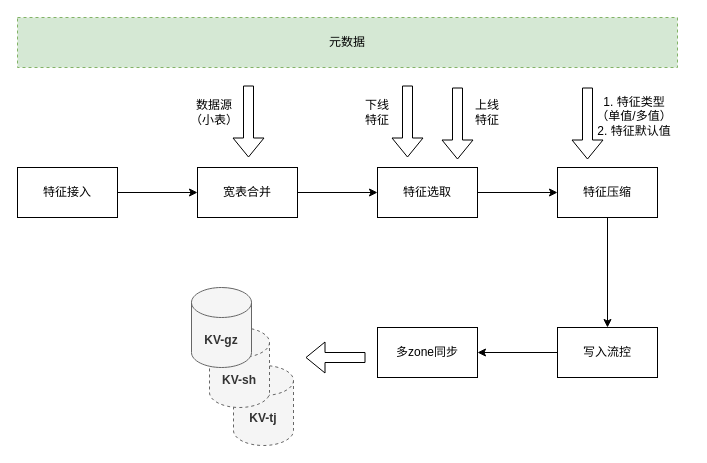
learn2Pro/draw_io_save keeps this draw.io diagram as feature_insert_kv.drawio. Above is the earlier version. Source tidied: cells renumbered, new cells numbered last; positions are measured from the earlier drawing's top-left corner, leaving out a move shared by most shapes. Both pictures are drawn from the tidied source at 100%, with x=0, y=0 at pixel (17, 17).
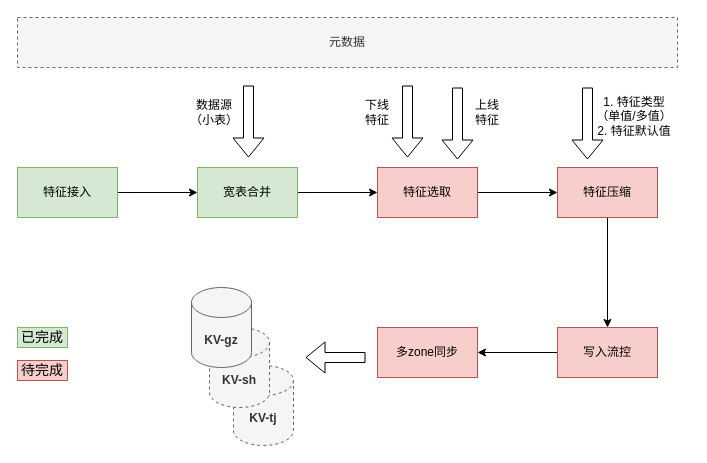
After the change.

Diff of the diagram source:
```diff
@@
-    <mxCell id="5" value="特征接入" style="rounded=0;whiteSpace=wrap;html=1;" parent="1" vertex="1">
+    <mxCell id="5" value="特征接入" style="rounded=0;whiteSpace=wrap;html=1;fillColor=#d5e8d4;strokeColor=#82b366;" parent="1" vertex="1">
       <mxGeometry y="150" width="100" height="50" as="geometry" />
     </mxCell>
@@
-    <mxCell id="7" value="宽表合并" style="rounded=0;whiteSpace=wrap;html=1;" parent="1" vertex="1">
+    <mxCell id="7" value="宽表合并" style="rounded=0;whiteSpace=wrap;html=1;fillColor=#d5e8d4;strokeColor=#82b366;" parent="1" vertex="1">
       <mxGeometry x="180" y="150" width="100" height="50" as="geometry" />
     </mxCell>
-    <mxCell id="8" value="元数据" style="rounded=0;whiteSpace=wrap;html=1;dashed=1;fillColor=#d5e8d4;strokeColor=#82b366;" parent="1" vertex="1">
+    <mxCell id="8" value="元数据" style="rounded=0;whiteSpace=wrap;html=1;dashed=1;fillColor=#f5f5f5;fontColor=#333333;strokeColor=#666666;" parent="1" vertex="1">
       <mxGeometry width="660" height="50" as="geometry" />
     </mxCell>
@@
-    <mxCell id="11" value="特征选取" style="rounded=0;whiteSpace=wrap;html=1;" parent="1" vertex="1">
+    <mxCell id="11" value="特征选取" style="rounded=0;whiteSpace=wrap;html=1;fillColor=#f8cecc;strokeColor=#b85450;" parent="1" vertex="1">
       <mxGeometry x="360" y="150" width="100" height="50" as="geometry" />
     </mxCell>
@@
-    <mxCell id="18" value="特征压缩" style="rounded=0;whiteSpace=wrap;html=1;" parent="1" vertex="1">
+    <mxCell id="18" value="特征压缩" style="rounded=0;whiteSpace=wrap;html=1;fillColor=#f8cecc;strokeColor=#b85450;" parent="1" vertex="1">
       <mxGeometry x="540" y="150" width="100" height="50" as="geometry" />
     </mxCell>
@@
-    <mxCell id="22" value="写入流控" style="rounded=0;whiteSpace=wrap;html=1;" parent="1" vertex="1">
+    <mxCell id="22" value="写入流控" style="rounded=0;whiteSpace=wrap;html=1;fillColor=#f8cecc;strokeColor=#b85450;" parent="1" vertex="1">
       <mxGeometry x="540" y="310" width="100" height="50" as="geometry" />
     </mxCell>
-    <mxCell id="23" value="多zone同步" style="rounded=0;whiteSpace=wrap;html=1;" parent="1" vertex="1">
+    <mxCell id="23" value="多zone同步" style="rounded=0;whiteSpace=wrap;html=1;fillColor=#f8cecc;strokeColor=#b85450;" parent="1" vertex="1">
       <mxGeometry x="360" y="310" width="100" height="50" as="geometry" />
     </mxCell>
@@
+    <mxCell id="27" style="group;" parent="1" vertex="1">
+      <mxGeometry y="310" width="50" height="53" as="geometry" />
+    </mxCell>
+    <mxCell id="28" value="待完成" style="rounded=0;whiteSpace=wrap;html=1;fontSize=14;fillColor=#f8cecc;strokeColor=#b85450;" parent="27" vertex="1">
+      <mxGeometry y="33" width="50" height="20" as="geometry" />
+    </mxCell>
+    <mxCell id="29" value="已完成" style="rounded=0;whiteSpace=wrap;html=1;fontSize=14;fillColor=#d5e8d4;strokeColor=#82b366;" parent="27" vertex="1">
+      <mxGeometry width="50" height="20" as="geometry" />
+    </mxCell>
```
